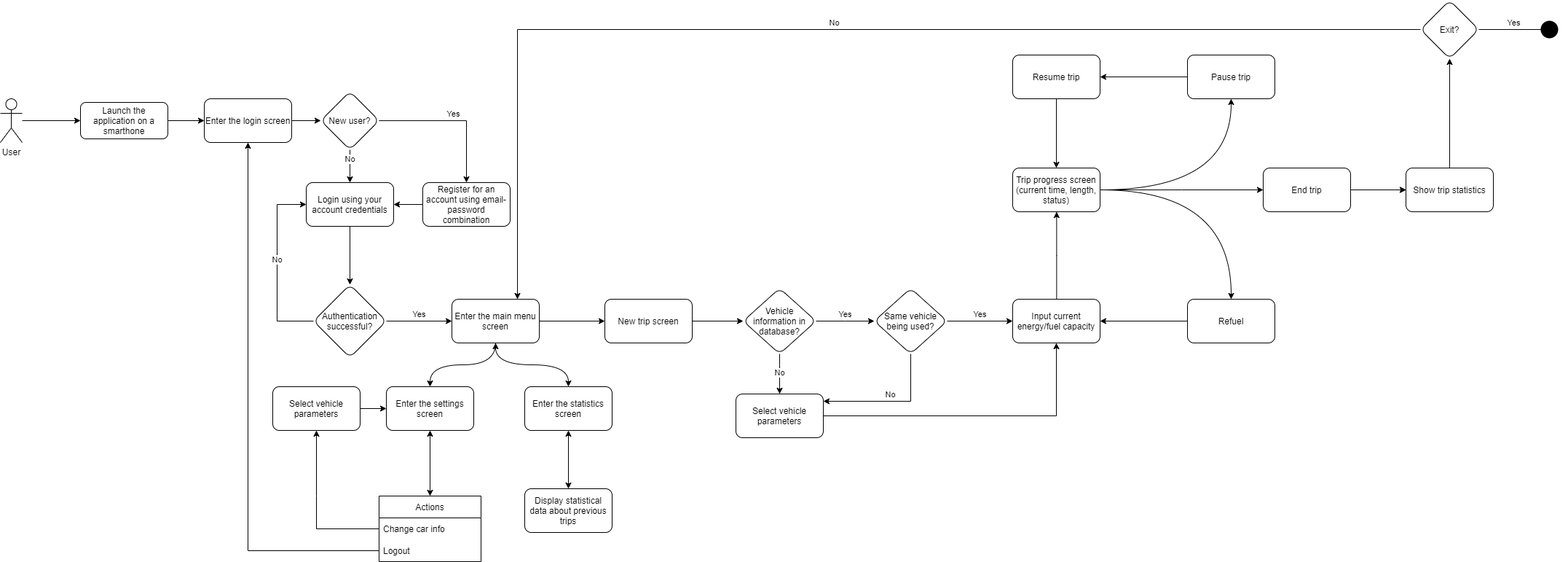
Earlier version of the draw.io export assets/images/FlowUsersPerspective.png (debe7408/e-mapis). Source tidied: cells renumbered, new cells last; positions are measured from the earlier drawing's top-left corner, leaving out a move shared by most shapes. Source of this version:
```xml
<mxGraphModel>
  <root>
    <mxCell id="0" />
    <mxCell id="1" parent="0" />
    <mxCell id="2" style="edgeStyle=orthogonalEdgeStyle;rounded=0;jettySize=auto;html=1;" parent="1" edge="1" source="3" target="5">
      <mxGeometry relative="1" as="geometry" />
    </mxCell>
    <mxCell id="3" value="Launch the application on a smarthone" style="rounded=1;whiteSpace=wrap;html=1;fontSize=12;glass=0;strokeWidth=1;shadow=0;" parent="1" vertex="1">
      <mxGeometry x="110" y="140" width="120" height="50" as="geometry" />
    </mxCell>
    <mxCell id="4" style="edgeStyle=orthogonalEdgeStyle;rounded=0;jettySize=auto;html=1;" parent="1" edge="1" source="5" target="8">
      <mxGeometry relative="1" as="geometry" />
    </mxCell>
    <mxCell id="5" value="Enter the login screen" style="whiteSpace=wrap;html=1;rounded=1;shadow=0;strokeWidth=1;glass=0;" parent="1" vertex="1">
      <mxGeometry x="280" y="135" width="120" height="60" as="geometry" />
    </mxCell>
    <mxCell id="6" value="Yes" style="edgeStyle=orthogonalEdgeStyle;rounded=0;jettySize=auto;html=1;verticalAlign=bottom;" parent="1" edge="1" source="8" target="10">
      <mxGeometry relative="1" as="geometry" />
    </mxCell>
    <mxCell id="7" value="No" style="edgeStyle=orthogonalEdgeStyle;rounded=0;jettySize=auto;html=1;verticalAlign=bottom;" parent="1" edge="1" source="8" target="12">
      <mxGeometry relative="1" as="geometry" />
    </mxCell>
    <mxCell id="8" value="New user?" style="rhombus;whiteSpace=wrap;html=1;rounded=1;shadow=0;strokeWidth=1;glass=0;" parent="1" vertex="1">
      <mxGeometry x="440" y="125" width="80" height="80" as="geometry" />
    </mxCell>
    <mxCell id="9" style="edgeStyle=none;rounded=0;jettySize=auto;html=1;startArrow=none;startFill=0;verticalAlign=bottom;" parent="1" edge="1" source="10" target="12">
      <mxGeometry relative="1" as="geometry" />
    </mxCell>
    <mxCell id="10" value="Register for an account using email-password combination" style="whiteSpace=wrap;html=1;rounded=1;shadow=0;strokeWidth=1;glass=0;" parent="1" vertex="1">
      <mxGeometry x="580" y="250" width="120" height="60" as="geometry" />
    </mxCell>
    <mxCell id="11" style="edgeStyle=none;rounded=0;jettySize=auto;html=1;startArrow=none;startFill=0;verticalAlign=bottom;" parent="1" edge="1" source="12" target="60">
      <mxGeometry relative="1" as="geometry" />
    </mxCell>
    <mxCell id="12" value="Login using your account credentials" style="whiteSpace=wrap;html=1;rounded=1;shadow=0;strokeWidth=1;glass=0;" parent="1" vertex="1">
      <mxGeometry x="420" y="250" width="120" height="60" as="geometry" />
    </mxCell>
    <mxCell id="13" style="edgeStyle=orthogonalEdgeStyle;rounded=0;jettySize=auto;html=1;verticalAlign=bottom;curved=1;startArrow=classic;startFill=1;" parent="1" edge="1" source="16" target="20">
      <mxGeometry relative="1" as="geometry" />
    </mxCell>
    <mxCell id="14" style="edgeStyle=orthogonalEdgeStyle;rounded=0;jettySize=auto;html=1;verticalAlign=bottom;startArrow=none;startFill=0;curved=1;" parent="1" edge="1" source="16" target="22">
      <mxGeometry relative="1" as="geometry" />
    </mxCell>
    <mxCell id="15" style="edgeStyle=elbowEdgeStyle;rounded=0;jettySize=auto;html=1;startArrow=none;startFill=0;verticalAlign=bottom;" parent="1" edge="1" source="16" target="28">
      <mxGeometry relative="1" as="geometry" />
    </mxCell>
    <mxCell id="16" value="Enter the main menu screen" style="whiteSpace=wrap;html=1;rounded=1;shadow=0;strokeWidth=1;glass=0;" parent="1" vertex="1">
      <mxGeometry x="620" y="410" width="120" height="60" as="geometry" />
    </mxCell>
    <mxCell id="17" style="edgeStyle=orthogonalEdgeStyle;rounded=0;jettySize=auto;html=1;entryX=0;entryY=0.5;entryDx=0;entryDy=0;verticalAlign=bottom;" parent="1" edge="1" source="18" target="3">
      <mxGeometry relative="1" as="geometry" />
    </mxCell>
    <mxCell id="18" value="User" style="shape=umlActor;verticalLabelPosition=bottom;verticalAlign=top;html=1;outlineConnect=0;" parent="1" vertex="1">
      <mxGeometry y="135" width="30" height="60" as="geometry" />
    </mxCell>
    <mxCell id="19" style="edgeStyle=orthogonalEdgeStyle;curved=1;rounded=0;jettySize=auto;html=1;startArrow=classic;startFill=1;verticalAlign=bottom;" parent="1" edge="1" source="20" target="61">
      <mxGeometry relative="1" as="geometry" />
    </mxCell>
    <mxCell id="20" value="Enter the statistics screen" style="whiteSpace=wrap;html=1;rounded=1;shadow=0;strokeWidth=1;glass=0;" parent="1" vertex="1">
      <mxGeometry x="720" y="530" width="120" height="60" as="geometry" />
    </mxCell>
    <mxCell id="21" style="edgeStyle=orthogonalEdgeStyle;rounded=0;jettySize=auto;html=1;entryX=0.5;entryY=0;entryDx=0;entryDy=0;startArrow=classic;startFill=1;verticalAlign=bottom;" parent="1" edge="1" source="22" target="24">
      <mxGeometry relative="1" as="geometry" />
    </mxCell>
    <mxCell id="22" value="Enter the settings screen" style="whiteSpace=wrap;html=1;rounded=1;shadow=0;strokeWidth=1;glass=0;" parent="1" vertex="1">
      <mxGeometry x="530" y="530" width="120" height="60" as="geometry" />
    </mxCell>
    <mxCell id="23" style="rounded=0;jettySize=auto;html=1;startArrow=none;startFill=0;verticalAlign=bottom;edgeStyle=elbowEdgeStyle;exitX=0;exitY=0.5;exitDx=0;exitDy=0;entryX=0.5;entryY=1;entryDx=0;entryDy=0;" parent="1" edge="1" source="26" target="5">
      <mxGeometry relative="1" as="geometry">
        <Array as="points">
          <mxPoint x="340" y="755" />
        </Array>
      </mxGeometry>
    </mxCell>
    <mxCell id="24" value="Actions" style="swimlane;fontStyle=0;horizontal=1;startSize=30;" parent="1" vertex="1">
      <mxGeometry x="520" y="680" width="140" height="90" as="geometry" />
    </mxCell>
    <mxCell id="25" value="Change car info" style="text;strokeColor=none;fillColor=none;align=left;verticalAlign=middle;spacingLeft=4;spacingRight=4;overflow=hidden;points=[[0,0.5],[1,0.5]];portConstraint=eastwest;" parent="24" vertex="1">
      <mxGeometry y="30" width="140" height="30" as="geometry" />
    </mxCell>
    <mxCell id="26" value="Logout" style="text;strokeColor=none;fillColor=none;align=left;verticalAlign=middle;spacingLeft=4;spacingRight=4;overflow=hidden;points=[[0,0.5],[1,0.5]];portConstraint=eastwest;" parent="24" vertex="1">
      <mxGeometry y="60" width="140" height="30" as="geometry" />
    </mxCell>
    <mxCell id="27" style="edgeStyle=elbowEdgeStyle;rounded=0;jettySize=auto;html=1;startArrow=none;startFill=0;verticalAlign=bottom;" parent="1" edge="1" source="28" target="38">
      <mxGeometry relative="1" as="geometry" />
    </mxCell>
    <mxCell id="28" value="New trip screen" style="whiteSpace=wrap;html=1;rounded=1;shadow=0;strokeWidth=1;glass=0;" parent="1" vertex="1">
      <mxGeometry x="830" y="410" width="120" height="60" as="geometry" />
    </mxCell>
    <mxCell id="29" value="No" style="edgeStyle=elbowEdgeStyle;rounded=0;jettySize=auto;html=1;startArrow=none;startFill=0;verticalAlign=bottom;" parent="1" edge="1" source="31" target="33">
      <mxGeometry relative="1" as="geometry">
        <Array as="points">
          <mxPoint x="1250" y="550" />
        </Array>
      </mxGeometry>
    </mxCell>
    <mxCell id="30" value="Yes" style="edgeStyle=elbowEdgeStyle;rounded=0;jettySize=auto;html=1;startArrow=none;startFill=0;verticalAlign=bottom;" parent="1" edge="1" source="31" target="35">
      <mxGeometry relative="1" as="geometry" />
    </mxCell>
    <mxCell id="31" value="Same vehicle being used?" style="rhombus;whiteSpace=wrap;html=1;rounded=1;shadow=0;strokeWidth=1;glass=0;" parent="1" vertex="1">
      <mxGeometry x="1200" y="395" width="100" height="90" as="geometry" />
    </mxCell>
    <mxCell id="32" style="edgeStyle=elbowEdgeStyle;rounded=0;jettySize=auto;html=1;startArrow=none;startFill=0;verticalAlign=bottom;" parent="1" edge="1" source="33" target="35">
      <mxGeometry relative="1" as="geometry">
        <Array as="points">
          <mxPoint x="1450" y="520" />
        </Array>
      </mxGeometry>
    </mxCell>
    <mxCell id="33" value="Select vehicle parameters" style="whiteSpace=wrap;html=1;rounded=1;shadow=0;strokeWidth=1;glass=0;" parent="1" vertex="1">
      <mxGeometry x="1010" y="540" width="120" height="60" as="geometry" />
    </mxCell>
    <mxCell id="34" style="edgeStyle=elbowEdgeStyle;rounded=0;jettySize=auto;html=1;startArrow=none;startFill=0;verticalAlign=bottom;" parent="1" edge="1" source="35" target="42">
      <mxGeometry relative="1" as="geometry" />
    </mxCell>
    <mxCell id="35" value="Input current energy/fuel capacity" style="whiteSpace=wrap;html=1;rounded=1;shadow=0;strokeWidth=1;glass=0;" parent="1" vertex="1">
      <mxGeometry x="1390" y="410" width="120" height="60" as="geometry" />
    </mxCell>
    <mxCell id="36" value="Yes" style="edgeStyle=elbowEdgeStyle;rounded=0;jettySize=auto;html=1;startArrow=none;startFill=0;verticalAlign=bottom;" parent="1" edge="1" source="38" target="31">
      <mxGeometry relative="1" as="geometry" />
    </mxCell>
    <mxCell id="37" value="No" style="edgeStyle=elbowEdgeStyle;rounded=0;jettySize=auto;html=1;startArrow=none;startFill=0;verticalAlign=bottom;" parent="1" edge="1" source="38" target="33">
      <mxGeometry x="0.27" relative="1" as="geometry">
        <Array as="points">
          <mxPoint x="1070" y="500" />
        </Array>
      </mxGeometry>
    </mxCell>
    <mxCell id="38" value="Vehicle information in database?" style="rhombus;whiteSpace=wrap;html=1;rounded=1;shadow=0;strokeWidth=1;glass=0;" parent="1" vertex="1">
      <mxGeometry x="1020" y="395" width="100" height="90" as="geometry" />
    </mxCell>
    <mxCell id="39" style="edgeStyle=orthogonalEdgeStyle;rounded=0;jettySize=auto;html=1;startArrow=none;startFill=0;verticalAlign=bottom;curved=1;" parent="1" edge="1" source="42" target="44">
      <mxGeometry relative="1" as="geometry" />
    </mxCell>
    <mxCell id="40" style="edgeStyle=elbowEdgeStyle;rounded=0;jettySize=auto;html=1;startArrow=none;startFill=0;verticalAlign=bottom;" parent="1" edge="1" source="42" target="47">
      <mxGeometry relative="1" as="geometry" />
    </mxCell>
    <mxCell id="41" style="edgeStyle=orthogonalEdgeStyle;rounded=0;jettySize=auto;html=1;startArrow=none;startFill=0;verticalAlign=bottom;curved=1;entryX=0.5;entryY=0;entryDx=0;entryDy=0;" parent="1" edge="1" source="42" target="49">
      <mxGeometry relative="1" as="geometry">
        <Array as="points">
          <mxPoint x="1690" y="260" />
        </Array>
      </mxGeometry>
    </mxCell>
    <mxCell id="42" value="Trip progress screen (current time, length, status)" style="whiteSpace=wrap;html=1;rounded=1;shadow=0;strokeWidth=1;glass=0;" parent="1" vertex="1">
      <mxGeometry x="1390" y="230" width="120" height="60" as="geometry" />
    </mxCell>
    <mxCell id="43" style="rounded=0;jettySize=auto;html=1;startArrow=none;startFill=0;verticalAlign=bottom;" parent="1" edge="1" source="44" target="51">
      <mxGeometry relative="1" as="geometry" />
    </mxCell>
    <mxCell id="44" value="Pause trip" style="whiteSpace=wrap;html=1;rounded=1;shadow=0;strokeWidth=1;glass=0;" parent="1" vertex="1">
      <mxGeometry x="1630" y="75" width="120" height="60" as="geometry" />
    </mxCell>
    <mxCell id="45" style="edgeStyle=none;rounded=0;jettySize=auto;html=1;startArrow=none;startFill=0;verticalAlign=bottom;" parent="1" edge="1" source="47" target="53">
      <mxGeometry relative="1" as="geometry" />
    </mxCell>
    <mxCell id="46" style="edgeStyle=none;rounded=0;jettySize=auto;html=1;startArrow=none;startFill=0;verticalAlign=bottom;" parent="1" edge="1" source="47" target="53">
      <mxGeometry relative="1" as="geometry" />
    </mxCell>
    <mxCell id="47" value="End trip" style="whiteSpace=wrap;html=1;rounded=1;shadow=0;strokeWidth=1;glass=0;" parent="1" vertex="1">
      <mxGeometry x="1734" y="230" width="120" height="60" as="geometry" />
    </mxCell>
    <mxCell id="48" style="rounded=0;jettySize=auto;html=1;startArrow=none;startFill=0;verticalAlign=bottom;entryX=1;entryY=0.5;entryDx=0;entryDy=0;" parent="1" edge="1" source="49" target="35">
      <mxGeometry relative="1" as="geometry" />
    </mxCell>
    <mxCell id="49" value="Refuel" style="whiteSpace=wrap;html=1;rounded=1;shadow=0;strokeWidth=1;glass=0;" parent="1" vertex="1">
      <mxGeometry x="1630" y="410" width="120" height="60" as="geometry" />
    </mxCell>
    <mxCell id="50" style="edgeStyle=none;rounded=0;jettySize=auto;html=1;startArrow=none;startFill=0;verticalAlign=bottom;" parent="1" edge="1" source="51" target="42">
      <mxGeometry relative="1" as="geometry" />
    </mxCell>
    <mxCell id="51" value="Resume trip" style="whiteSpace=wrap;html=1;rounded=1;shadow=0;strokeWidth=1;glass=0;" parent="1" vertex="1">
      <mxGeometry x="1390" y="75" width="120" height="60" as="geometry" />
    </mxCell>
    <mxCell id="52" style="edgeStyle=none;rounded=0;jettySize=auto;html=1;startArrow=none;startFill=0;verticalAlign=bottom;" parent="1" edge="1" source="53" target="56">
      <mxGeometry relative="1" as="geometry" />
    </mxCell>
    <mxCell id="53" value="Show trip statistics" style="whiteSpace=wrap;html=1;rounded=1;shadow=0;strokeWidth=1;glass=0;" parent="1" vertex="1">
      <mxGeometry x="1930" y="230" width="120" height="60" as="geometry" />
    </mxCell>
    <mxCell id="54" value="Yes" style="edgeStyle=none;rounded=0;jettySize=auto;html=1;startArrow=none;startFill=0;verticalAlign=bottom;" parent="1" edge="1" source="56" target="57">
      <mxGeometry relative="1" as="geometry" />
    </mxCell>
    <mxCell id="55" value="No" style="edgeStyle=none;rounded=0;jettySize=auto;html=1;entryX=0.75;entryY=0;entryDx=0;entryDy=0;startArrow=none;startFill=0;verticalAlign=bottom;" parent="1" edge="1" source="56" target="16">
      <mxGeometry relative="1" as="geometry">
        <Array as="points">
          <mxPoint x="710" y="40" />
        </Array>
      </mxGeometry>
    </mxCell>
    <mxCell id="56" value="Exit?" style="rhombus;whiteSpace=wrap;html=1;rounded=1;shadow=0;strokeWidth=1;glass=0;" parent="1" vertex="1">
      <mxGeometry x="1950" width="80" height="80" as="geometry" />
    </mxCell>
    <mxCell id="57" style="shape=waypoint;size=6;points=[];fillColor=#ffffff;perimeter=centerPerimeter;snapToPoint=1;rounded=1;shadow=0;strokeWidth=10;glass=0;" parent="1" vertex="1">
      <mxGeometry x="2107" y="20" width="40" height="40" as="geometry" />
    </mxCell>
    <mxCell id="58" value="Yes" style="edgeStyle=none;rounded=0;jettySize=auto;html=1;entryX=0;entryY=0.5;entryDx=0;entryDy=0;startArrow=none;startFill=0;verticalAlign=bottom;" parent="1" edge="1" source="60" target="16">
      <mxGeometry relative="1" as="geometry" />
    </mxCell>
    <mxCell id="59" value="No" style="edgeStyle=none;rounded=0;jettySize=auto;html=1;entryX=0;entryY=0.5;entryDx=0;entryDy=0;startArrow=none;startFill=0;verticalAlign=bottom;exitX=0;exitY=0.5;exitDx=0;exitDy=0;" parent="1" edge="1" source="60" target="12">
      <mxGeometry relative="1" as="geometry">
        <Array as="points">
          <mxPoint x="380" y="440" />
          <mxPoint x="380" y="280" />
        </Array>
      </mxGeometry>
    </mxCell>
    <mxCell id="60" value="Authentication successful?" style="rhombus;whiteSpace=wrap;html=1;rounded=1;shadow=0;strokeWidth=1;glass=0;" parent="1" vertex="1">
      <mxGeometry x="430" y="390" width="100" height="100" as="geometry" />
    </mxCell>
    <mxCell id="61" value="Display statistical data about previous trips" style="whiteSpace=wrap;html=1;rounded=1;shadow=0;strokeWidth=1;glass=0;" parent="1" vertex="1">
      <mxGeometry x="720" y="670" width="120" height="60" as="geometry" />
    </mxCell>
    <mxCell id="62" style="rounded=0;jettySize=auto;html=1;entryX=0;entryY=0.5;entryDx=0;entryDy=0;startArrow=none;startFill=0;verticalAlign=bottom;" parent="1" edge="1" source="63" target="22">
      <mxGeometry relative="1" as="geometry" />
    </mxCell>
    <mxCell id="63" value="Select vehicle parameters" style="whiteSpace=wrap;html=1;rounded=1;shadow=0;strokeWidth=1;glass=0;" parent="1" vertex="1">
      <mxGeometry x="374" y="530" width="120" height="60" as="geometry" />
    </mxCell>
    <mxCell id="64" style="edgeStyle=none;rounded=0;jettySize=auto;html=1;entryX=0.5;entryY=1;entryDx=0;entryDy=0;startArrow=none;startFill=0;verticalAlign=bottom;exitX=0;exitY=0.5;exitDx=0;exitDy=0;" parent="1" edge="1" source="25" target="63">
      <mxGeometry relative="1" as="geometry">
        <Array as="points">
          <mxPoint x="434" y="725" />
          <mxPoint x="434" y="680" />
        </Array>
      </mxGeometry>
    </mxCell>
  </root>
</mxGraphModel>
```
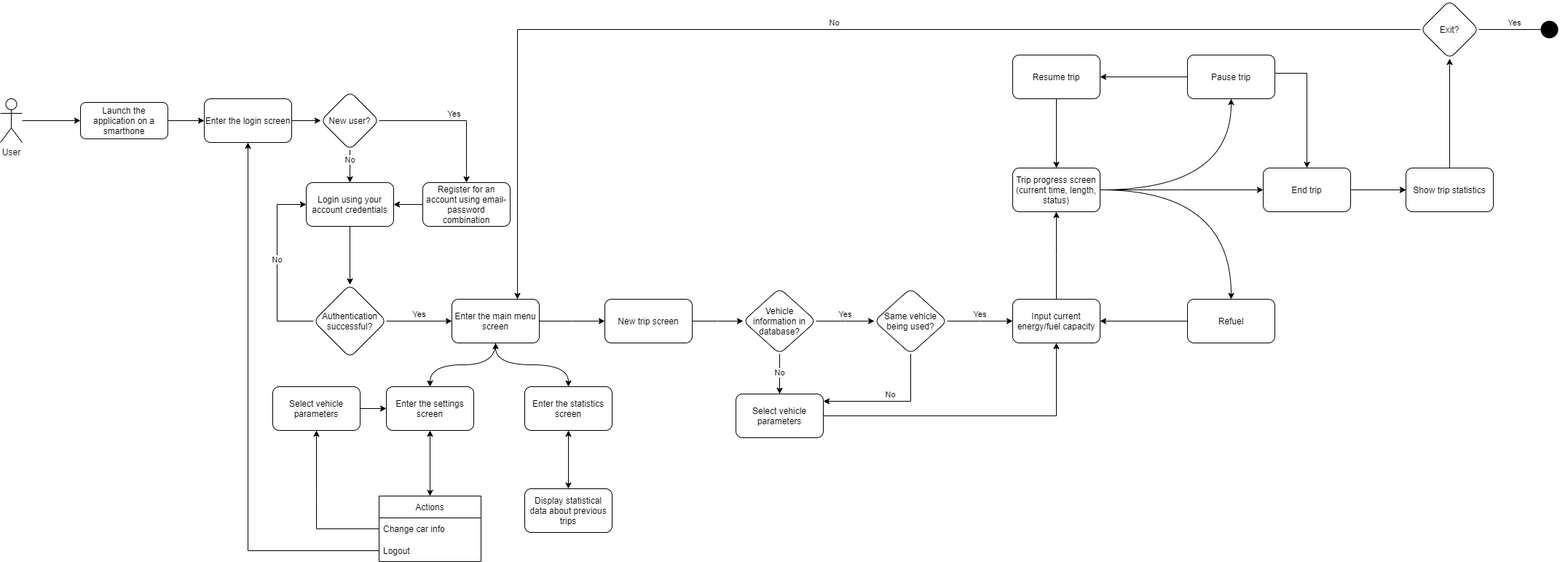
The same diagram one commit later.

What changed in the source:
```diff
@@ -1,4 +1,4 @@
-<mxGraphModel>
+<mxGraphModel background="#FFFFFF">
   <root>
     <mxCell id="0" />
     <mxCell id="1" parent="0" />
@@ -148,6 +148,13 @@
     <mxCell id="43" style="rounded=0;jettySize=auto;html=1;startArrow=none;startFill=0;verticalAlign=bottom;" parent="1" edge="1" source="44" target="51">
       <mxGeometry relative="1" as="geometry" />
     </mxCell>
+    <mxCell id="65" style="edgeStyle=orthogonalEdgeStyle;rounded=0;jettySize=auto;html=1;entryX=0.5;entryY=0;entryDx=0;entryDy=0;" parent="1" edge="1" source="44" target="47">
+      <mxGeometry relative="1" as="geometry">
+        <Array as="points">
+          <mxPoint x="1794" y="100" />
+        </Array>
+      </mxGeometry>
+    </mxCell>
     <mxCell id="44" value="Pause trip" style="whiteSpace=wrap;html=1;rounded=1;shadow=0;strokeWidth=1;glass=0;" parent="1" vertex="1">
       <mxGeometry x="1630" y="75" width="120" height="60" as="geometry" />
     </mxCell>
```
